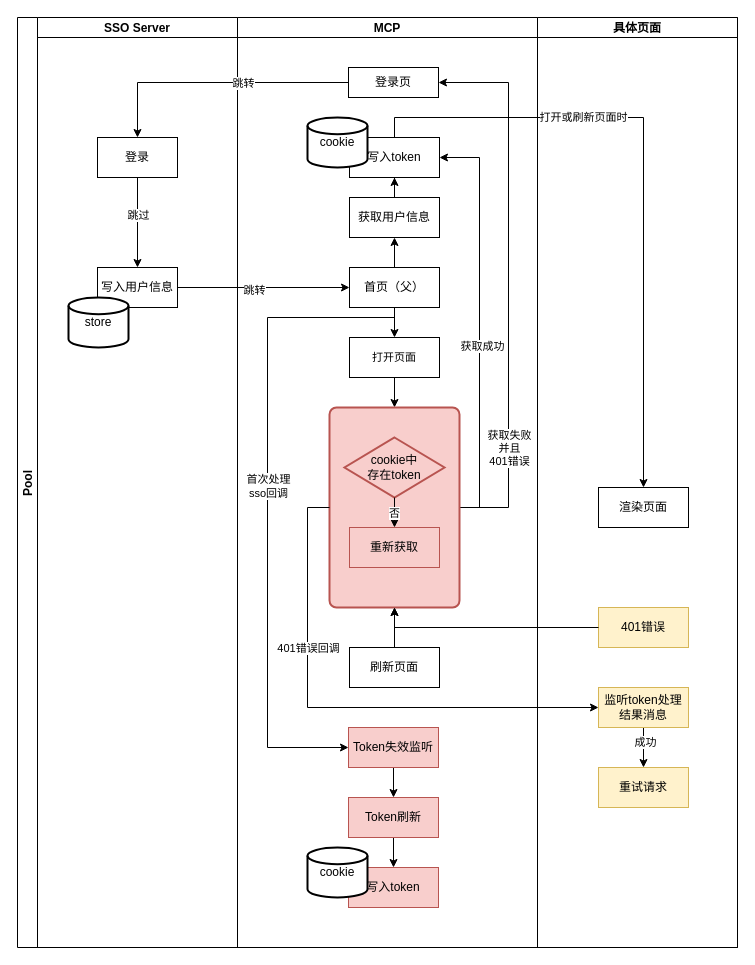
stonefromsky/workflowchart keeps this draw.io diagram as oidc访问令牌流程.drawio. Above is the earlier version. Source tidied: cells renumbered, new cells numbered last; positions are measured from the earlier drawing's top-left corner, leaving out a move shared by most shapes. Both pictures are drawn from the tidied source at 100%, with x=0, y=0 at pixel (17, 17).
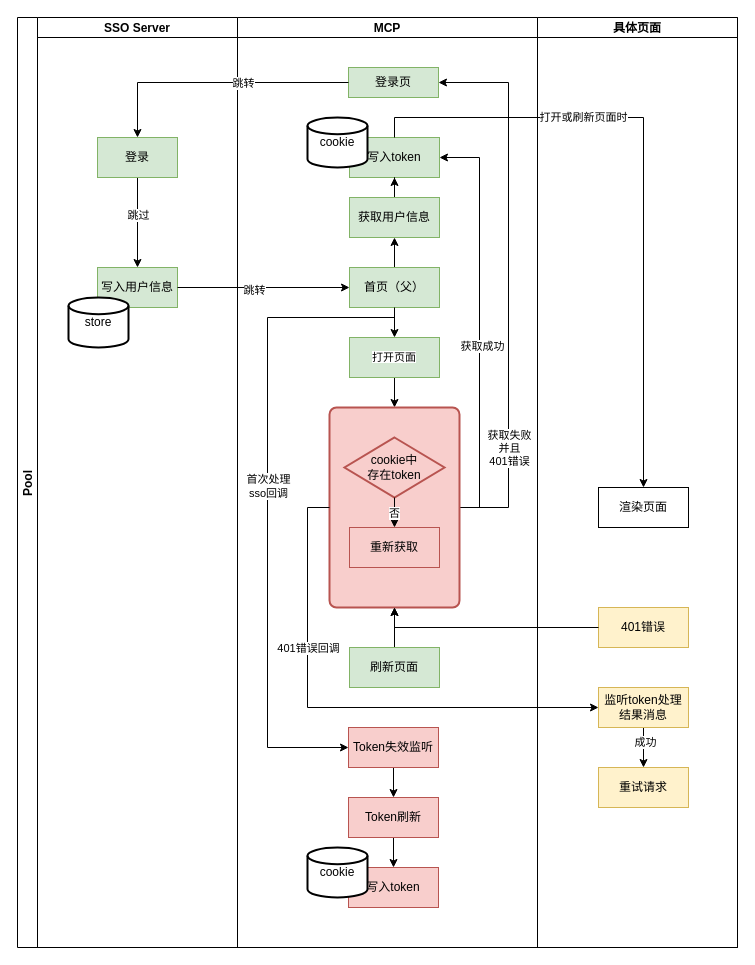
After the change.

Commit message:
更新oidc访问令牌流程.drawio

The change refers to these unchanged cells:
```xml
<mxCell id="3" value="SSO Server" style="swimlane;startSize=20;" parent="2" vertex="1">
  <mxGeometry x="20" width="200" height="930" as="geometry" />
</mxCell>
<mxCell id="9" value="MCP" style="swimlane;startSize=20;" parent="2" vertex="1">
  <mxGeometry x="220" width="300" height="930" as="geometry" />
</mxCell>
```

The edit, as a diff of the source:
```diff
@@
-    <mxCell id="6" value="登录" style="rounded=0;whiteSpace=wrap;html=1;" parent="3" vertex="1">
+    <mxCell id="6" value="登录" style="rounded=0;whiteSpace=wrap;html=1;fillColor=#d5e8d4;strokeColor=#82b366;" parent="3" vertex="1">
       <mxGeometry x="60" y="120" width="80" height="40" as="geometry" />
     </mxCell>
-    <mxCell id="7" value="写入用户信息" style="rounded=0;whiteSpace=wrap;html=1;" parent="3" vertex="1">
+    <mxCell id="7" value="写入用户信息" style="rounded=0;whiteSpace=wrap;html=1;fillColor=#d5e8d4;strokeColor=#82b366;" parent="3" vertex="1">
       <mxGeometry x="60" y="250" width="80" height="40" as="geometry" />
     </mxCell>
@@
-    <mxCell id="10" value="登录页" style="rounded=0;whiteSpace=wrap;html=1;" parent="9" vertex="1">
+    <mxCell id="10" value="登录页" style="rounded=0;whiteSpace=wrap;html=1;fillColor=#d5e8d4;strokeColor=#82b366;" parent="9" vertex="1">
       <mxGeometry x="111" y="50" width="90" height="30" as="geometry" />
     </mxCell>
@@
-    <mxCell id="13" value="首页（父）" style="rounded=0;whiteSpace=wrap;html=1;" parent="9" vertex="1">
+    <mxCell id="13" value="首页（父）" style="rounded=0;whiteSpace=wrap;html=1;fillColor=#d5e8d4;strokeColor=#82b366;" parent="9" vertex="1">
       <mxGeometry x="112" y="250" width="90" height="40" as="geometry" />
     </mxCell>
@@
-    <mxCell id="15" value="&lt;span style=&quot;font-size: 11px; text-wrap-mode: nowrap; background-color: rgb(255, 255, 255);&quot;&gt;打开页面&lt;/span&gt;" style="rounded=0;whiteSpace=wrap;html=1;" parent="9" vertex="1">
+    <mxCell id="15" value="&lt;span style=&quot;font-size: 11px; text-wrap-mode: nowrap; background-color: rgb(255, 255, 255);&quot;&gt;打开页面&lt;/span&gt;" style="rounded=0;whiteSpace=wrap;html=1;fillColor=#d5e8d4;strokeColor=#82b366;" parent="9" vertex="1">
       <mxGeometry x="112" y="320" width="90" height="40" as="geometry" />
     </mxCell>
@@
-    <mxCell id="18" value="写入token" style="rounded=0;whiteSpace=wrap;html=1;" parent="9" vertex="1">
+    <mxCell id="18" value="写入token" style="rounded=0;whiteSpace=wrap;html=1;fillColor=#d5e8d4;strokeColor=#82b366;" parent="9" vertex="1">
       <mxGeometry x="112" y="120" width="90" height="40" as="geometry" />
     </mxCell>
@@
-    <mxCell id="32" value="获取用户信息" style="rounded=0;whiteSpace=wrap;html=1;" parent="9" vertex="1">
+    <mxCell id="32" value="获取用户信息" style="rounded=0;whiteSpace=wrap;html=1;fillColor=#d5e8d4;strokeColor=#82b366;" parent="9" vertex="1">
       <mxGeometry x="112" y="180" width="90" height="40" as="geometry" />
     </mxCell>
@@
-    <mxCell id="34" value="刷新页面" style="rounded=0;whiteSpace=wrap;html=1;" parent="9" vertex="1">
+    <mxCell id="34" value="刷新页面" style="rounded=0;whiteSpace=wrap;html=1;fillColor=#d5e8d4;strokeColor=#82b366;" parent="9" vertex="1">
       <mxGeometry x="112" y="630" width="90" height="40" as="geometry" />
     </mxCell>
```
